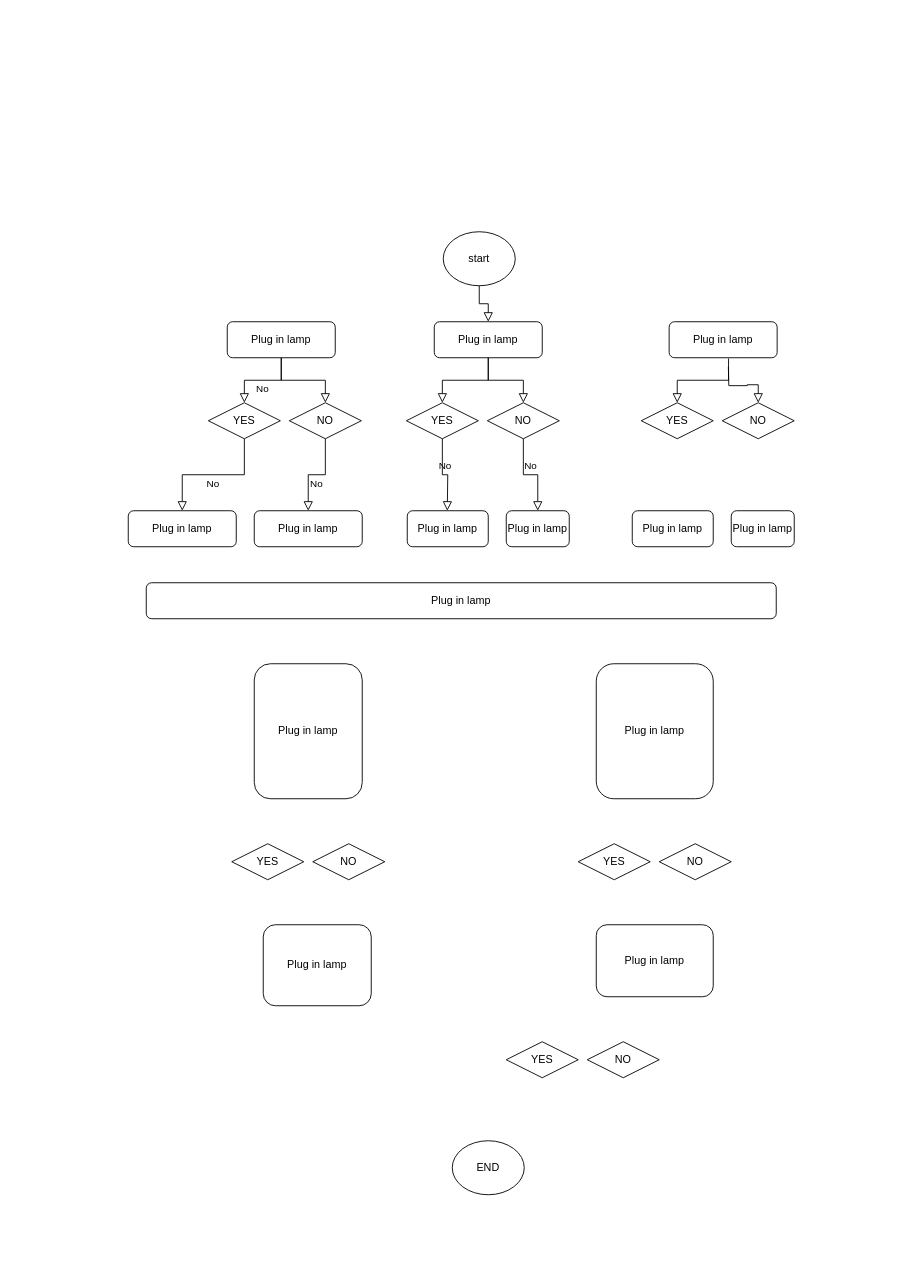
Before: src/제목 없는 다이어그램.drawio in k295-Java-semi/java-mini, a draw.io diagram. Source tidied: cells renumbered, new cells numbered last; positions are measured from the earlier drawing's top-left corner, leaving out a move shared by most shapes. Both pictures are drawn from the tidied source at 90%, with x=0, y=0 at pixel (128, 231).
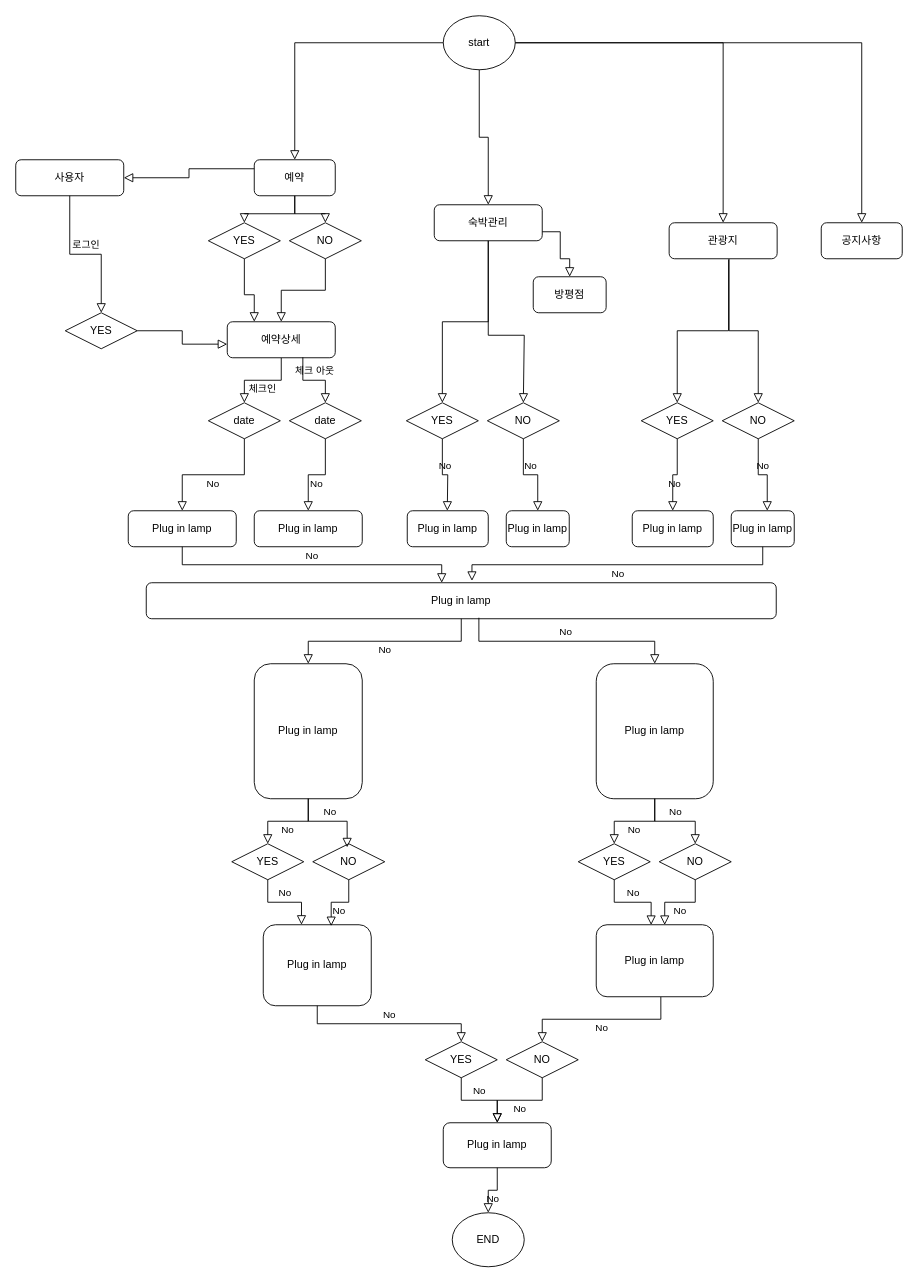
Above is the later version.

Unchanged cells that the change refers to:
```xml
<mxCell id="4" value="Plug in lamp" style="rounded=1;whiteSpace=wrap;html=1;fontSize=12;glass=0;strokeWidth=1;shadow=0;" parent="1" vertex="1">
  <mxGeometry y="310" width="120" height="40" as="geometry" />
</mxCell>
<mxCell id="13" value="Plug in lamp" style="rounded=1;whiteSpace=wrap;html=1;fontSize=12;glass=0;strokeWidth=1;shadow=0;" parent="1" vertex="1">
  <mxGeometry x="670" y="310" width="70" height="40" as="geometry" />
</mxCell>
<mxCell id="14" value="Plug in lamp" style="rounded=1;whiteSpace=wrap;html=1;fontSize=12;glass=0;strokeWidth=1;shadow=0;" parent="1" vertex="1">
  <mxGeometry x="560" y="310" width="90" height="40" as="geometry" />
</mxCell>
<mxCell id="18" value="NO" style="rhombus;whiteSpace=wrap;html=1;" parent="1" vertex="1">
  <mxGeometry x="399" y="190" width="80" height="40" as="geometry" />
</mxCell>
<mxCell id="19" value="YES" style="rhombus;whiteSpace=wrap;html=1;" parent="1" vertex="1">
  <mxGeometry x="570" y="190" width="80" height="40" as="geometry" />
</mxCell>
<mxCell id="20" value="NO" style="rhombus;whiteSpace=wrap;html=1;" parent="1" vertex="1">
  <mxGeometry x="660" y="190" width="80" height="40" as="geometry" />
</mxCell>
<mxCell id="21" value="Plug in lamp" style="rounded=1;whiteSpace=wrap;html=1;fontSize=12;glass=0;strokeWidth=1;shadow=0;" parent="1" vertex="1">
  <mxGeometry x="20" y="390" width="700" height="40" as="geometry" />
</mxCell>
<mxCell id="22" value="Plug in lamp" style="rounded=1;whiteSpace=wrap;html=1;fontSize=12;glass=0;strokeWidth=1;shadow=0;" parent="1" vertex="1">
  <mxGeometry x="140" y="480" width="120" height="150" as="geometry" />
</mxCell>
<mxCell id="23" value="Plug in lamp" style="rounded=1;whiteSpace=wrap;html=1;fontSize=12;glass=0;strokeWidth=1;shadow=0;" parent="1" vertex="1">
  <mxGeometry x="520" y="480" width="130" height="150" as="geometry" />
</mxCell>
<mxCell id="24" value="YES" style="rhombus;whiteSpace=wrap;html=1;" parent="1" vertex="1">
  <mxGeometry x="115" y="680" width="80" height="40" as="geometry" />
</mxCell>
<mxCell id="25" value="NO" style="rhombus;whiteSpace=wrap;html=1;" parent="1" vertex="1">
  <mxGeometry x="205" y="680" width="80" height="40" as="geometry" />
</mxCell>
<mxCell id="26" value="YES" style="rhombus;whiteSpace=wrap;html=1;" parent="1" vertex="1">
  <mxGeometry x="500" y="680" width="80" height="40" as="geometry" />
</mxCell>
<mxCell id="27" value="NO" style="rhombus;whiteSpace=wrap;html=1;" parent="1" vertex="1">
  <mxGeometry x="590" y="680" width="80" height="40" as="geometry" />
</mxCell>
<mxCell id="28" value="Plug in lamp" style="rounded=1;whiteSpace=wrap;html=1;fontSize=12;glass=0;strokeWidth=1;shadow=0;" parent="1" vertex="1">
  <mxGeometry x="150" y="770" width="120" height="90" as="geometry" />
</mxCell>
<mxCell id="29" value="Plug in lamp" style="rounded=1;whiteSpace=wrap;html=1;fontSize=12;glass=0;strokeWidth=1;shadow=0;" parent="1" vertex="1">
  <mxGeometry x="520" y="770" width="130" height="80" as="geometry" />
</mxCell>
```

Diff of the diagram source:
```diff
@@
-    <mxCell id="3" value="No" style="edgeStyle=orthogonalEdgeStyle;rounded=0;html=1;jettySize=auto;fontSize=11;endArrow=block;endFill=0;endSize=8;strokeWidth=1;shadow=0;labelBackgroundColor=none;exitX=0.5;exitY=1;exitDx=0;exitDy=0;entryX=0.5;entryY=0;entryDx=0;entryDy=0;" parent="1" edge="1" source="6" target="15">
+    <mxCell id="3" value="체크인" style="edgeStyle=orthogonalEdgeStyle;rounded=0;html=1;jettySize=auto;fontSize=11;endArrow=block;endFill=0;endSize=8;strokeWidth=1;shadow=0;labelBackgroundColor=none;exitX=0.5;exitY=1;exitDx=0;exitDy=0;entryX=0.5;entryY=0;entryDx=0;entryDy=0;" parent="1" edge="1" source="6" target="15">
       <mxGeometry y="10" relative="1" as="geometry" />
     </mxCell>
@@
     <mxCell id="5" value="start" style="ellipse;whiteSpace=wrap;html=1;" parent="1" vertex="1">
-      <mxGeometry x="350" width="80" height="60" as="geometry" />
+      <mxGeometry x="350" y="-240" width="80" height="60" as="geometry" />
     </mxCell>
-    <mxCell id="6" value="Plug in lamp" style="rounded=1;whiteSpace=wrap;html=1;fontSize=12;glass=0;strokeWidth=1;shadow=0;" parent="1" vertex="1">
+    <mxCell id="6" value="예약상세" style="rounded=1;whiteSpace=wrap;html=1;fontSize=12;glass=0;strokeWidth=1;shadow=0;" parent="1" vertex="1">
       <mxGeometry x="110" y="100" width="120" height="40" as="geometry" />
     </mxCell>
-    <mxCell id="7" value="Plug in lamp" style="rounded=1;whiteSpace=wrap;html=1;fontSize=12;glass=0;strokeWidth=1;shadow=0;" parent="1" vertex="1">
-      <mxGeometry x="340" y="100" width="120" height="40" as="geometry" />
+    <mxCell id="7" value="숙박관리" style="rounded=1;whiteSpace=wrap;html=1;fontSize=12;glass=0;strokeWidth=1;shadow=0;" parent="1" vertex="1">
+      <mxGeometry x="340" y="-30" width="120" height="40" as="geometry" />
     </mxCell>
-    <mxCell id="8" value="Plug in lamp" style="rounded=1;whiteSpace=wrap;html=1;fontSize=12;glass=0;strokeWidth=1;shadow=0;" parent="1" vertex="1">
-      <mxGeometry x="601" y="100" width="120" height="40" as="geometry" />
+    <mxCell id="8" value="관광지" style="rounded=1;whiteSpace=wrap;html=1;fontSize=12;glass=0;strokeWidth=1;shadow=0;" parent="1" vertex="1">
+      <mxGeometry x="601" y="-10" width="120" height="40" as="geometry" />
     </mxCell>
@@
-    <mxCell id="15" value="YES" style="rhombus;whiteSpace=wrap;html=1;" parent="1" vertex="1">
+    <mxCell id="15" value="date" style="rhombus;whiteSpace=wrap;html=1;" parent="1" vertex="1">
       <mxGeometry x="89" y="190" width="80" height="40" as="geometry" />
     </mxCell>
-    <mxCell id="16" value="NO" style="rhombus;whiteSpace=wrap;html=1;" parent="1" vertex="1">
+    <mxCell id="16" value="date" style="rhombus;whiteSpace=wrap;html=1;" parent="1" vertex="1">
       <mxGeometry x="179" y="190" width="80" height="40" as="geometry" />
     </mxCell>
@@
     <mxCell id="30" value="YES" style="rhombus;whiteSpace=wrap;html=1;" parent="1" vertex="1">
-      <mxGeometry x="420" y="900" width="80" height="40" as="geometry" />
+      <mxGeometry x="330" y="900" width="80" height="40" as="geometry" />
     </mxCell>
     <mxCell id="31" value="NO" style="rhombus;whiteSpace=wrap;html=1;" parent="1" vertex="1">
-      <mxGeometry x="510" y="900" width="80" height="40" as="geometry" />
+      <mxGeometry x="420" y="900" width="80" height="40" as="geometry" />
     </mxCell>
     <mxCell id="32" value="END" style="ellipse;whiteSpace=wrap;html=1;" parent="1" vertex="1">
-      <mxGeometry x="360" y="1010" width="80" height="60" as="geometry" />
+      <mxGeometry x="360" y="1090" width="80" height="60" as="geometry" />
     </mxCell>
@@
     <mxCell id="37" style="rounded=0;html=1;jettySize=auto;fontSize=11;endArrow=block;endFill=0;endSize=8;strokeWidth=1;shadow=0;labelBackgroundColor=none;edgeStyle=orthogonalEdgeStyle;exitX=0.5;exitY=1;exitDx=0;exitDy=0;entryX=0.5;entryY=0;entryDx=0;entryDy=0;" parent="1" edge="1" source="7" target="18">
-      <mxGeometry relative="1" as="geometry" />
+      <mxGeometry relative="1" as="geometry">
+        <Array as="points">
+          <mxPoint x="400" y="115" />
+          <mxPoint x="440" y="115" />
+          <mxPoint x="440" y="190" />
+        </Array>
+      </mxGeometry>
     </mxCell>
+    <mxCell id="39" style="rounded=0;html=1;jettySize=auto;fontSize=11;endArrow=block;endFill=0;endSize=8;strokeWidth=1;shadow=0;labelBackgroundColor=none;edgeStyle=orthogonalEdgeStyle;exitX=0.55;exitY=1.02;exitDx=0;exitDy=0;entryX=0.5;entryY=0;entryDx=0;entryDy=0;exitPerimeter=0;" parent="1" edge="1" source="8" target="19">
+      <mxGeometry relative="1" as="geometry" />
+    </mxCell>
+    <mxCell id="41" value="No" style="edgeStyle=orthogonalEdgeStyle;rounded=0;html=1;jettySize=auto;fontSize=11;endArrow=block;endFill=0;endSize=8;strokeWidth=1;shadow=0;labelBackgroundColor=none;exitX=0.5;exitY=1;exitDx=0;exitDy=0;entryX=0.5;entryY=0;entryDx=0;entryDy=0;" parent="1" edge="1" source="19" target="14">
+      <mxGeometry y="10" relative="1" as="geometry" />
+    </mxCell>
+    <mxCell id="42" value="No" style="edgeStyle=orthogonalEdgeStyle;rounded=0;html=1;jettySize=auto;fontSize=11;endArrow=block;endFill=0;endSize=8;strokeWidth=1;shadow=0;labelBackgroundColor=none;exitX=0.5;exitY=1;exitDx=0;exitDy=0;entryX=0.5;entryY=0;entryDx=0;entryDy=0;" parent="1" edge="1" source="20">
+      <mxGeometry y="10" relative="1" as="geometry">
+        <mxPoint x="710" y="310" as="targetPoint" />
+        <Array as="points">
+          <mxPoint x="700" y="270" />
+          <mxPoint x="710" y="270" />
+        </Array>
+      </mxGeometry>
+    </mxCell>
+    <mxCell id="43" style="rounded=0;html=1;jettySize=auto;fontSize=11;endArrow=block;endFill=0;endSize=8;strokeWidth=1;shadow=0;labelBackgroundColor=none;edgeStyle=orthogonalEdgeStyle;exitX=0.555;exitY=1.009;exitDx=0;exitDy=0;exitPerimeter=0;" parent="1" edge="1" source="8" target="20">
+      <mxGeometry relative="1" as="geometry" />
+    </mxCell>
+    <mxCell id="44" value="No" style="edgeStyle=orthogonalEdgeStyle;rounded=0;html=1;jettySize=auto;fontSize=11;endArrow=block;endFill=0;endSize=8;strokeWidth=1;shadow=0;labelBackgroundColor=none;exitX=0.5;exitY=1;exitDx=0;exitDy=0;entryX=0.469;entryY=0.001;entryDx=0;entryDy=0;entryPerimeter=0;" parent="1" edge="1" source="4" target="21">
+      <mxGeometry y="10" relative="1" as="geometry" />
+    </mxCell>
+    <mxCell id="45" value="No" style="edgeStyle=orthogonalEdgeStyle;rounded=0;html=1;jettySize=auto;fontSize=11;endArrow=block;endFill=0;endSize=8;strokeWidth=1;shadow=0;labelBackgroundColor=none;exitX=0.5;exitY=1;exitDx=0;exitDy=0;entryX=0.517;entryY=-0.051;entryDx=0;entryDy=0;entryPerimeter=0;" parent="1" edge="1" source="13" target="21">
+      <mxGeometry y="10" relative="1" as="geometry" />
+    </mxCell>
+    <mxCell id="46" value="No" style="edgeStyle=orthogonalEdgeStyle;rounded=0;html=1;jettySize=auto;fontSize=11;endArrow=block;endFill=0;endSize=8;strokeWidth=1;shadow=0;labelBackgroundColor=none;exitX=0.5;exitY=1;exitDx=0;exitDy=0;entryX=0.5;entryY=0;entryDx=0;entryDy=0;" parent="1" edge="1" source="21" target="22">
+      <mxGeometry y="10" relative="1" as="geometry" />
+    </mxCell>
+    <mxCell id="47" value="No" style="edgeStyle=orthogonalEdgeStyle;rounded=0;html=1;jettySize=auto;fontSize=11;endArrow=block;endFill=0;endSize=8;strokeWidth=1;shadow=0;labelBackgroundColor=none;exitX=0.528;exitY=0.972;exitDx=0;exitDy=0;exitPerimeter=0;" parent="1" edge="1" source="21" target="23">
+      <mxGeometry y="10" relative="1" as="geometry" />
+    </mxCell>
+    <mxCell id="48" value="No" style="edgeStyle=orthogonalEdgeStyle;rounded=0;html=1;jettySize=auto;fontSize=11;endArrow=block;endFill=0;endSize=8;strokeWidth=1;shadow=0;labelBackgroundColor=none;exitX=0.5;exitY=1;exitDx=0;exitDy=0;entryX=0.5;entryY=0;entryDx=0;entryDy=0;" parent="1" edge="1" source="22" target="24">
+      <mxGeometry y="10" relative="1" as="geometry" />
+    </mxCell>
+    <mxCell id="49" value="No" style="edgeStyle=orthogonalEdgeStyle;rounded=0;html=1;jettySize=auto;fontSize=11;endArrow=block;endFill=0;endSize=8;strokeWidth=1;shadow=0;labelBackgroundColor=none;exitX=0.5;exitY=1;exitDx=0;exitDy=0;entryX=0.5;entryY=0;entryDx=0;entryDy=0;" parent="1" edge="1" source="23" target="26">
+      <mxGeometry y="10" relative="1" as="geometry" />
+    </mxCell>
+    <mxCell id="50" value="No" style="edgeStyle=orthogonalEdgeStyle;rounded=0;html=1;jettySize=auto;fontSize=11;endArrow=block;endFill=0;endSize=8;strokeWidth=1;shadow=0;labelBackgroundColor=none;exitX=0.5;exitY=1;exitDx=0;exitDy=0;entryX=0.478;entryY=0.101;entryDx=0;entryDy=0;entryPerimeter=0;" parent="1" edge="1" source="22" target="25">
+      <mxGeometry y="10" relative="1" as="geometry" />
+    </mxCell>
+    <mxCell id="51" value="No" style="edgeStyle=orthogonalEdgeStyle;rounded=0;html=1;jettySize=auto;fontSize=11;endArrow=block;endFill=0;endSize=8;strokeWidth=1;shadow=0;labelBackgroundColor=none;exitX=0.5;exitY=1;exitDx=0;exitDy=0;entryX=0.5;entryY=0;entryDx=0;entryDy=0;" parent="1" edge="1" source="23" target="27">
+      <mxGeometry y="10" relative="1" as="geometry" />
+    </mxCell>
+    <mxCell id="52" value="No" style="edgeStyle=orthogonalEdgeStyle;rounded=0;html=1;jettySize=auto;fontSize=11;endArrow=block;endFill=0;endSize=8;strokeWidth=1;shadow=0;labelBackgroundColor=none;exitX=0.5;exitY=1;exitDx=0;exitDy=0;entryX=0.629;entryY=0.017;entryDx=0;entryDy=0;entryPerimeter=0;" parent="1" edge="1" source="25" target="28">
+      <mxGeometry y="10" relative="1" as="geometry" />
+    </mxCell>
+    <mxCell id="53" value="No" style="edgeStyle=orthogonalEdgeStyle;rounded=0;html=1;jettySize=auto;fontSize=11;endArrow=block;endFill=0;endSize=8;strokeWidth=1;shadow=0;labelBackgroundColor=none;exitX=0.5;exitY=1;exitDx=0;exitDy=0;entryX=0.469;entryY=0.003;entryDx=0;entryDy=0;entryPerimeter=0;" parent="1" edge="1" source="26" target="29">
+      <mxGeometry y="10" relative="1" as="geometry" />
+    </mxCell>
+    <mxCell id="54" value="No" style="edgeStyle=orthogonalEdgeStyle;rounded=0;html=1;jettySize=auto;fontSize=11;endArrow=block;endFill=0;endSize=8;strokeWidth=1;shadow=0;labelBackgroundColor=none;exitX=0.5;exitY=1;exitDx=0;exitDy=0;entryX=0.585;entryY=0.003;entryDx=0;entryDy=0;entryPerimeter=0;" parent="1" edge="1" source="27" target="29">
+      <mxGeometry x="0.01" y="10" relative="1" as="geometry" />
+    </mxCell>
+    <mxCell id="55" value="No" style="edgeStyle=orthogonalEdgeStyle;rounded=0;html=1;jettySize=auto;fontSize=11;endArrow=block;endFill=0;endSize=8;strokeWidth=1;shadow=0;labelBackgroundColor=none;exitX=0.5;exitY=1;exitDx=0;exitDy=0;entryX=0.354;entryY=0;entryDx=0;entryDy=0;entryPerimeter=0;" parent="1" edge="1" source="24" target="28">
+      <mxGeometry y="10" relative="1" as="geometry" />
+    </mxCell>
+    <mxCell id="56" value="No" style="edgeStyle=orthogonalEdgeStyle;rounded=0;html=1;jettySize=auto;fontSize=11;endArrow=block;endFill=0;endSize=8;strokeWidth=1;shadow=0;labelBackgroundColor=none;exitX=0.552;exitY=1.003;exitDx=0;exitDy=0;entryX=0.5;entryY=0;entryDx=0;entryDy=0;exitPerimeter=0;" parent="1" edge="1" source="29" target="31">
+      <mxGeometry y="10" relative="1" as="geometry" />
+    </mxCell>
+    <mxCell id="57" value="No" style="edgeStyle=orthogonalEdgeStyle;rounded=0;html=1;jettySize=auto;fontSize=11;endArrow=block;endFill=0;endSize=8;strokeWidth=1;shadow=0;labelBackgroundColor=none;exitX=0.5;exitY=1;exitDx=0;exitDy=0;" parent="1" edge="1" source="28" target="30">
+      <mxGeometry y="10" relative="1" as="geometry" />
+    </mxCell>
+    <mxCell id="58" value="Plug in lamp" style="rounded=1;whiteSpace=wrap;html=1;fontSize=12;glass=0;strokeWidth=1;shadow=0;" parent="1" vertex="1">
+      <mxGeometry x="350" y="990" width="120" height="50" as="geometry" />
+    </mxCell>
+    <mxCell id="59" value="No" style="edgeStyle=orthogonalEdgeStyle;rounded=0;html=1;jettySize=auto;fontSize=11;endArrow=block;endFill=0;endSize=8;strokeWidth=1;shadow=0;labelBackgroundColor=none;exitX=0.5;exitY=1;exitDx=0;exitDy=0;entryX=0.5;entryY=0;entryDx=0;entryDy=0;" parent="1" edge="1" source="31" target="58">
+      <mxGeometry y="10" relative="1" as="geometry" />
+    </mxCell>
+    <mxCell id="60" value="No" style="edgeStyle=orthogonalEdgeStyle;rounded=0;html=1;jettySize=auto;fontSize=11;endArrow=block;endFill=0;endSize=8;strokeWidth=1;shadow=0;labelBackgroundColor=none;exitX=0.5;exitY=1;exitDx=0;exitDy=0;entryX=0.5;entryY=0;entryDx=0;entryDy=0;" parent="1" edge="1" source="30" target="58">
+      <mxGeometry y="10" relative="1" as="geometry" />
+    </mxCell>
+    <mxCell id="61" value="No" style="edgeStyle=orthogonalEdgeStyle;rounded=0;html=1;jettySize=auto;fontSize=11;endArrow=block;endFill=0;endSize=8;strokeWidth=1;shadow=0;labelBackgroundColor=none;exitX=0.5;exitY=1;exitDx=0;exitDy=0;entryX=0.5;entryY=0;entryDx=0;entryDy=0;" parent="1" edge="1" source="58" target="32">
+      <mxGeometry y="10" relative="1" as="geometry" />
+    </mxCell>
+    <mxCell id="62" style="rounded=0;html=1;jettySize=auto;fontSize=11;endArrow=block;endFill=0;endSize=8;strokeWidth=1;shadow=0;labelBackgroundColor=none;edgeStyle=orthogonalEdgeStyle;entryX=0.5;entryY=0;entryDx=0;entryDy=0;exitX=1;exitY=0.5;exitDx=0;exitDy=0;" parent="1" edge="1" source="5" target="8">
+      <mxGeometry relative="1" as="geometry" />
+    </mxCell>
+    <mxCell id="63" style="rounded=0;html=1;jettySize=auto;fontSize=11;endArrow=block;endFill=0;endSize=8;strokeWidth=1;shadow=0;labelBackgroundColor=none;edgeStyle=orthogonalEdgeStyle;entryX=0.5;entryY=0;entryDx=0;entryDy=0;exitX=0;exitY=0.5;exitDx=0;exitDy=0;" parent="1" edge="1" source="5" target="67">
+      <mxGeometry relative="1" as="geometry" />
+    </mxCell>
+    <mxCell id="64" value="NO" style="rhombus;whiteSpace=wrap;html=1;" parent="1" vertex="1">
+      <mxGeometry x="179" y="-10" width="80" height="40" as="geometry" />
+    </mxCell>
+    <mxCell id="65" value="YES" style="rhombus;whiteSpace=wrap;html=1;" parent="1" vertex="1">
+      <mxGeometry x="89" y="-10" width="80" height="40" as="geometry" />
+    </mxCell>
+    <mxCell id="66" style="rounded=0;html=1;jettySize=auto;fontSize=11;endArrow=block;endFill=0;endSize=8;strokeWidth=1;shadow=0;labelBackgroundColor=none;edgeStyle=orthogonalEdgeStyle;exitX=0.5;exitY=1;exitDx=0;exitDy=0;" parent="1" edge="1" source="67" target="64">
+      <mxGeometry relative="1" as="geometry" />
+    </mxCell>
+    <mxCell id="67" value="예약" style="rounded=1;whiteSpace=wrap;html=1;fontSize=12;glass=0;strokeWidth=1;shadow=0;" parent="1" vertex="1">
+      <mxGeometry x="140" y="-80" width="90" height="40" as="geometry" />
+    </mxCell>
+    <mxCell id="68" style="rounded=0;html=1;jettySize=auto;fontSize=11;endArrow=block;endFill=0;endSize=8;strokeWidth=1;shadow=0;labelBackgroundColor=none;edgeStyle=orthogonalEdgeStyle;entryX=0.5;entryY=0;entryDx=0;entryDy=0;exitX=0.5;exitY=1;exitDx=0;exitDy=0;" parent="1" edge="1" source="67" target="65">
+      <mxGeometry relative="1" as="geometry" />
+    </mxCell>
+    <mxCell id="69" style="rounded=0;html=1;jettySize=auto;fontSize=11;endArrow=block;endFill=0;endSize=8;strokeWidth=1;shadow=0;labelBackgroundColor=none;edgeStyle=orthogonalEdgeStyle;exitX=0.5;exitY=1;exitDx=0;exitDy=0;entryX=0.5;entryY=0;entryDx=0;entryDy=0;" parent="1" edge="1" source="64" target="6">
+      <mxGeometry relative="1" as="geometry">
+        <Array as="points">
+          <mxPoint x="219" y="65" />
+          <mxPoint x="170" y="65" />
+        </Array>
+      </mxGeometry>
+    </mxCell>
+    <mxCell id="70" value="방평점" style="rounded=1;whiteSpace=wrap;html=1;fontSize=12;glass=0;strokeWidth=1;shadow=0;" parent="1" vertex="1">
+      <mxGeometry x="450" y="50" width="81" height="40" as="geometry" />
+    </mxCell>
+    <mxCell id="71" style="rounded=0;html=1;jettySize=auto;fontSize=11;endArrow=block;endFill=0;endSize=8;strokeWidth=1;shadow=0;labelBackgroundColor=none;edgeStyle=orthogonalEdgeStyle;exitX=1;exitY=0.75;exitDx=0;exitDy=0;entryX=0.5;entryY=0;entryDx=0;entryDy=0;" parent="1" edge="1" source="7" target="70">
+      <mxGeometry relative="1" as="geometry">
+        <Array as="points">
+          <mxPoint x="480" />
+          <mxPoint x="480" y="30" />
+          <mxPoint x="491" y="30" />
+        </Array>
+      </mxGeometry>
+    </mxCell>
+    <mxCell id="72" value="사용자" style="rounded=1;whiteSpace=wrap;html=1;fontSize=12;glass=0;strokeWidth=1;shadow=0;" parent="1" vertex="1">
+      <mxGeometry x="-125" y="-80" width="120" height="40" as="geometry" />
+    </mxCell>
+    <mxCell id="73" style="rounded=0;html=1;jettySize=auto;fontSize=11;endArrow=block;endFill=0;endSize=8;strokeWidth=1;shadow=0;labelBackgroundColor=none;edgeStyle=orthogonalEdgeStyle;entryX=1;entryY=0.5;entryDx=0;entryDy=0;exitX=0;exitY=0.25;exitDx=0;exitDy=0;" parent="1" edge="1" source="67" target="72">
+      <mxGeometry relative="1" as="geometry" />
+    </mxCell>
+    <mxCell id="74" value="공지사항" style="rounded=1;whiteSpace=wrap;html=1;fontSize=12;glass=0;strokeWidth=1;shadow=0;" parent="1" vertex="1">
+      <mxGeometry x="770" y="-10" width="90" height="40" as="geometry" />
+    </mxCell>
+    <mxCell id="75" style="rounded=0;html=1;jettySize=auto;fontSize=11;endArrow=block;endFill=0;endSize=8;strokeWidth=1;shadow=0;labelBackgroundColor=none;edgeStyle=orthogonalEdgeStyle;entryX=0.5;entryY=0;entryDx=0;entryDy=0;exitX=1;exitY=0.5;exitDx=0;exitDy=0;" parent="1" edge="1" source="5" target="74">
+      <mxGeometry relative="1" as="geometry" />
+    </mxCell>
+    <mxCell id="76" style="rounded=0;html=1;jettySize=auto;fontSize=11;endArrow=block;endFill=0;endSize=8;strokeWidth=1;shadow=0;labelBackgroundColor=none;edgeStyle=orthogonalEdgeStyle;exitX=0.5;exitY=1;exitDx=0;exitDy=0;entryX=0.25;entryY=0;entryDx=0;entryDy=0;" parent="1" edge="1" source="65" target="6">
+      <mxGeometry relative="1" as="geometry">
+        <Array as="points">
+          <mxPoint x="129" y="70" />
+          <mxPoint x="140" y="70" />
+        </Array>
+      </mxGeometry>
+    </mxCell>
+    <mxCell id="77" value="로그인" style="edgeStyle=orthogonalEdgeStyle;rounded=0;html=1;jettySize=auto;fontSize=11;endArrow=block;endFill=0;endSize=8;strokeWidth=1;shadow=0;labelBackgroundColor=none;exitX=0.5;exitY=1;exitDx=0;exitDy=0;entryX=0.5;entryY=0;entryDx=0;entryDy=0;" parent="1" edge="1" source="72" target="78">
+      <mxGeometry y="10" relative="1" as="geometry" />
+    </mxCell>
+    <mxCell id="78" value="YES" style="rhombus;whiteSpace=wrap;html=1;" parent="1" vertex="1">
+      <mxGeometry x="-70" y="90" width="80" height="40" as="geometry" />
+    </mxCell>
+    <mxCell id="79" style="rounded=0;html=1;jettySize=auto;fontSize=11;endArrow=block;endFill=0;endSize=8;strokeWidth=1;shadow=0;labelBackgroundColor=none;edgeStyle=orthogonalEdgeStyle;exitX=1;exitY=0.5;exitDx=0;exitDy=0;entryX=0;entryY=0.622;entryDx=0;entryDy=0;entryPerimeter=0;" parent="1" edge="1" source="78" target="6">
+      <mxGeometry relative="1" as="geometry" />
+    </mxCell>
-    <mxCell id="38" style="rounded=0;html=1;jettySize=auto;fontSize=11;endArrow=block;endFill=0;endSize=8;strokeWidth=1;shadow=0;labelBackgroundColor=none;edgeStyle=orthogonalEdgeStyle;exitX=0.5;exitY=1;exitDx=0;exitDy=0;" parent="1" edge="1" source="6" target="16">
-      <mxGeometry relative="1" as="geometry" />
+    <mxCell id="38" value="체크 아웃" style="edgeStyle=orthogonalEdgeStyle;rounded=0;html=1;jettySize=auto;fontSize=11;endArrow=block;endFill=0;endSize=8;strokeWidth=1;shadow=0;labelBackgroundColor=none;exitX=0.7;exitY=0.988;exitDx=0;exitDy=0;entryX=0.5;entryY=0;entryDx=0;entryDy=0;exitPerimeter=0;" parent="1" edge="1" source="6" target="16">
+      <mxGeometry y="10" relative="1" as="geometry" />
     </mxCell>
-    <mxCell id="39" style="rounded=0;html=1;jettySize=auto;fontSize=11;endArrow=block;endFill=0;endSize=8;strokeWidth=1;shadow=0;labelBackgroundColor=none;edgeStyle=orthogonalEdgeStyle;exitX=0.55;exitY=1.02;exitDx=0;exitDy=0;entryX=0.5;entryY=0;entryDx=0;entryDy=0;exitPerimeter=0;" parent="1" edge="1" source="8" target="19">
-      <mxGeometry relative="1" as="geometry" />
-    </mxCell>
-    <mxCell id="40" style="rounded=0;html=1;jettySize=auto;fontSize=11;endArrow=block;endFill=0;endSize=8;strokeWidth=1;shadow=0;labelBackgroundColor=none;edgeStyle=orthogonalEdgeStyle;exitX=0.5;exitY=1;exitDx=0;exitDy=0;entryX=0.5;entryY=0;entryDx=0;entryDy=0;" parent="1" edge="1" target="20">
-      <mxGeometry relative="1" as="geometry">
-        <mxPoint x="666.8" y="150" as="sourcePoint" />
-      </mxGeometry>
-    </mxCell>
```
